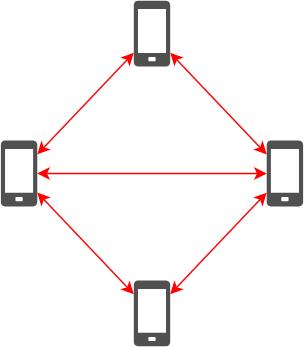
The draw.io diagram public/neighbors.svg in FilippoVissani/master-thesis-presentation, before a commit. Source tidied: cells renumbered, new cells last; positions are measured from the earlier drawing's top-left corner, leaving out a move shared by most shapes.
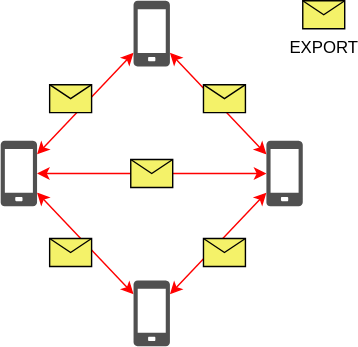
The same diagram one commit later.

Diff of the diagram source:
```diff
@@ -29,5 +29,23 @@
     <mxCell id="10" style="sketch=0;shadow=0;dashed=0;html=1;strokeColor=none;fillColor=#505050;labelPosition=center;verticalLabelPosition=bottom;verticalAlign=top;outlineConnect=0;align=center;shape=mxgraph.office.devices.cell_phone_generic;" parent="1" vertex="1">
       <mxGeometry x="95" width="26" height="47" as="geometry" />
     </mxCell>
+    <mxCell id="11" style="shape=message;html=1;html=1;labelPosition=center;verticalLabelPosition=bottom;align=center;verticalAlign=top;fillColor=#F4F269;" parent="1" vertex="1">
+      <mxGeometry x="145" y="60" width="30" height="20" as="geometry" />
+    </mxCell>
+    <mxCell id="12" style="shape=message;html=1;html=1;labelPosition=center;verticalLabelPosition=bottom;align=center;verticalAlign=top;fillColor=#F4F269;" parent="1" vertex="1">
+      <mxGeometry x="35" y="60" width="30" height="20" as="geometry" />
+    </mxCell>
+    <mxCell id="13" style="shape=message;html=1;html=1;labelPosition=center;verticalLabelPosition=bottom;align=center;verticalAlign=top;fillColor=#F4F269;" parent="1" vertex="1">
+      <mxGeometry x="93" y="113.5" width="30" height="20" as="geometry" />
+    </mxCell>
+    <mxCell id="14" style="shape=message;html=1;html=1;labelPosition=center;verticalLabelPosition=bottom;align=center;verticalAlign=top;fillColor=#F4F269;" parent="1" vertex="1">
+      <mxGeometry x="145" y="170" width="30" height="20" as="geometry" />
+    </mxCell>
+    <mxCell id="15" style="shape=message;html=1;html=1;labelPosition=center;verticalLabelPosition=bottom;align=center;verticalAlign=top;fillColor=#F4F269;" parent="1" vertex="1">
+      <mxGeometry x="35" y="170" width="30" height="20" as="geometry" />
+    </mxCell>
+    <mxCell id="16" value="EXPORT" style="shape=message;html=1;html=1;labelPosition=center;verticalLabelPosition=bottom;align=center;verticalAlign=top;fillColor=#F4F269;" parent="1" vertex="1">
+      <mxGeometry x="216" width="30" height="20" as="geometry" />
+    </mxCell>
   </root>
 </mxGraphModel>
```
